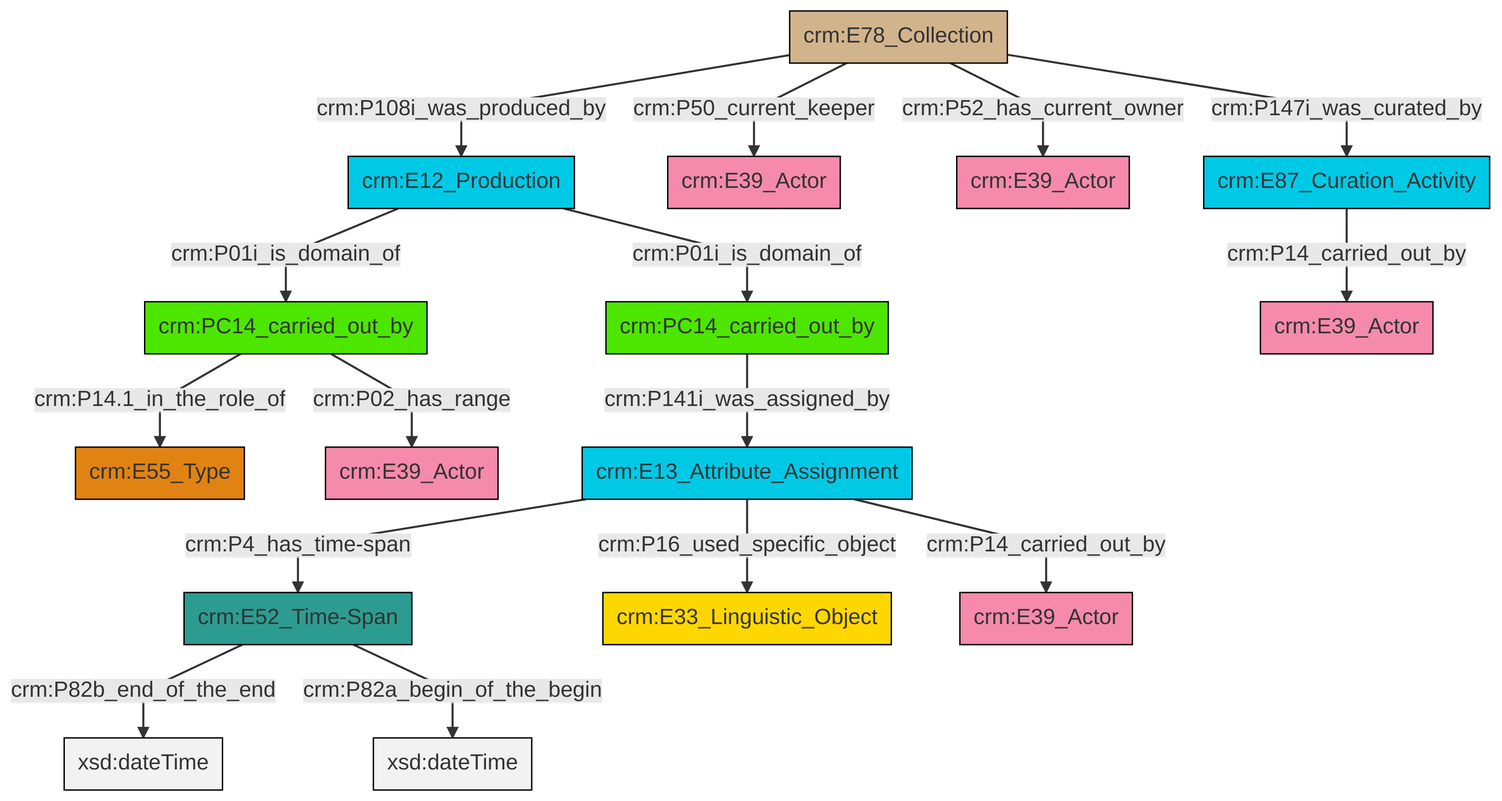
This is et/archivalCSV/ttl/mmd/png/archival_relation.png from swiss-art-research-net/docs.swissartresearch, a Mermaid export, as it was before one commit. Its source is kept beside it as et/archivalCSV/ttl/mmd/archival_relation.ttl.mmd.
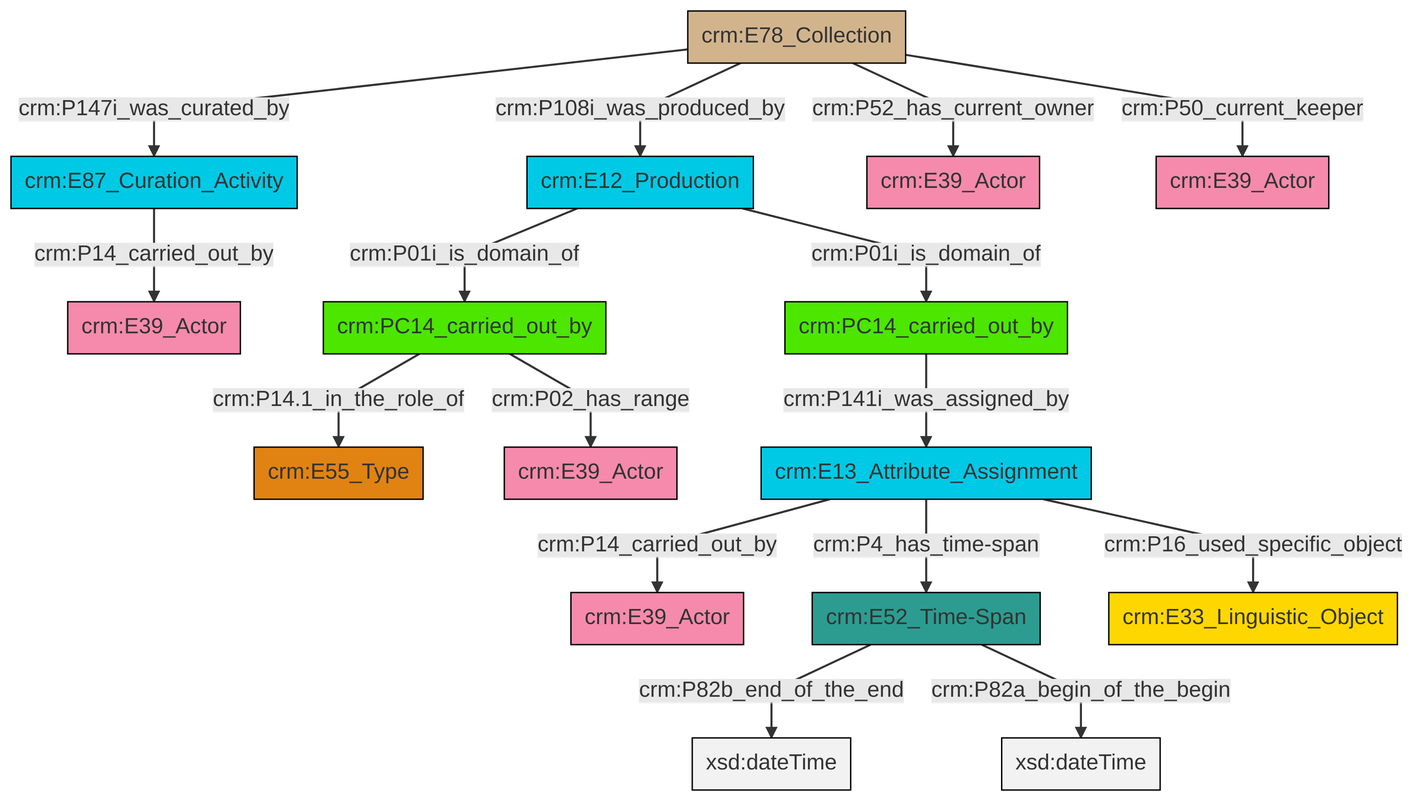
After the change.

What changed in the source:
```diff
@@ -13,18 +13,18 @@
 classDef PC_Classes fill:#4ce600, stroke:#000000;
 classDef Multi fill:#cccccc,stroke:#000000;
 
-0["crm:E12_Production"]:::Temporal_Entity -->|crm:P01i_is_domain_of| 1["crm:PC14_carried_out_by"]:::PC_Classes
-4["crm:E78_Collection"]:::Physical_Thing -->|crm:P108i_was_produced_by| 0["crm:E12_Production"]:::Temporal_Entity
-4["crm:E78_Collection"]:::Physical_Thing -->|crm:P50_current_keeper| 5["crm:E39_Actor"]:::Actor
-0["crm:E12_Production"]:::Temporal_Entity -->|crm:P01i_is_domain_of| 2["crm:PC14_carried_out_by"]:::PC_Classes
-4["crm:E78_Collection"]:::Physical_Thing -->|crm:P52_has_current_owner| 6["crm:E39_Actor"]:::Actor
-10["crm:E87_Curation_Activity"]:::Temporal_Entity -->|crm:P14_carried_out_by| 11["crm:E39_Actor"]:::Actor
-2["crm:PC14_carried_out_by"]:::PC_Classes -->|crm:P141i_was_assigned_by| 12["crm:E13_Attribute_Assignment"]:::Temporal_Entity
-14["crm:E52_Time-Span"]:::Time-Span -->|crm:P82b_end_of_the_end| 15[xsd:dateTime]:::Literal
-4["crm:E78_Collection"]:::Physical_Thing -->|crm:P147i_was_curated_by| 10["crm:E87_Curation_Activity"]:::Temporal_Entity
-12["crm:E13_Attribute_Assignment"]:::Temporal_Entity -->|crm:P4_has_time-span| 14["crm:E52_Time-Span"]:::Time-Span
-12["crm:E13_Attribute_Assignment"]:::Temporal_Entity -->|crm:P16_used_specific_object| 17["crm:E33_Linguistic_Object"]:::Conceptual_Object
-12["crm:E13_Attribute_Assignment"]:::Temporal_Entity -->|crm:P14_carried_out_by| 19["crm:E39_Actor"]:::Actor
-14["crm:E52_Time-Span"]:::Time-Span -->|crm:P82a_begin_of_the_begin| 26[xsd:dateTime]:::Literal
-1["crm:PC14_carried_out_by"]:::PC_Classes -->|crm:P14.1_in_the_role_of| 23["crm:E55_Type"]:::Type
-1["crm:PC14_carried_out_by"]:::PC_Classes -->|crm:P02_has_range| 8["crm:E39_Actor"]:::Actor
+0["crm:PC14_carried_out_by"]:::PC_Classes -->|crm:P14.1_in_the_role_of| 1["crm:E55_Type"]:::Type
+2["crm:E12_Production"]:::Temporal_Entity -->|crm:P01i_is_domain_of| 0["crm:PC14_carried_out_by"]:::PC_Classes
+0["crm:PC14_carried_out_by"]:::PC_Classes -->|crm:P02_has_range| 3["crm:E39_Actor"]:::Actor
+8["crm:PC14_carried_out_by"]:::PC_Classes -->|crm:P141i_was_assigned_by| 9["crm:E13_Attribute_Assignment"]:::Temporal_Entity
+4["crm:E52_Time-Span"]:::Time-Span -->|crm:P82b_end_of_the_end| 10[xsd:dateTime]:::Literal
+13["crm:E78_Collection"]:::Physical_Thing -->|crm:P147i_was_curated_by| 11["crm:E87_Curation_Activity"]:::Temporal_Entity
+9["crm:E13_Attribute_Assignment"]:::Temporal_Entity -->|crm:P14_carried_out_by| 19["crm:E39_Actor"]:::Actor
+2["crm:E12_Production"]:::Temporal_Entity -->|crm:P01i_is_domain_of| 8["crm:PC14_carried_out_by"]:::PC_Classes
+13["crm:E78_Collection"]:::Physical_Thing -->|crm:P108i_was_produced_by| 2["crm:E12_Production"]:::Temporal_Entity
+13["crm:E78_Collection"]:::Physical_Thing -->|crm:P52_has_current_owner| 21["crm:E39_Actor"]:::Actor
+13["crm:E78_Collection"]:::Physical_Thing -->|crm:P50_current_keeper| 15["crm:E39_Actor"]:::Actor
+4["crm:E52_Time-Span"]:::Time-Span -->|crm:P82a_begin_of_the_begin| 24[xsd:dateTime]:::Literal
+9["crm:E13_Attribute_Assignment"]:::Temporal_Entity -->|crm:P4_has_time-span| 4["crm:E52_Time-Span"]:::Time-Span
+9["crm:E13_Attribute_Assignment"]:::Temporal_Entity -->|crm:P16_used_specific_object| 17["crm:E33_Linguistic_Object"]:::Conceptual_Object
+11["crm:E87_Curation_Activity"]:::Temporal_Entity -->|crm:P14_carried_out_by| 6["crm:E39_Actor"]:::Actor
```
